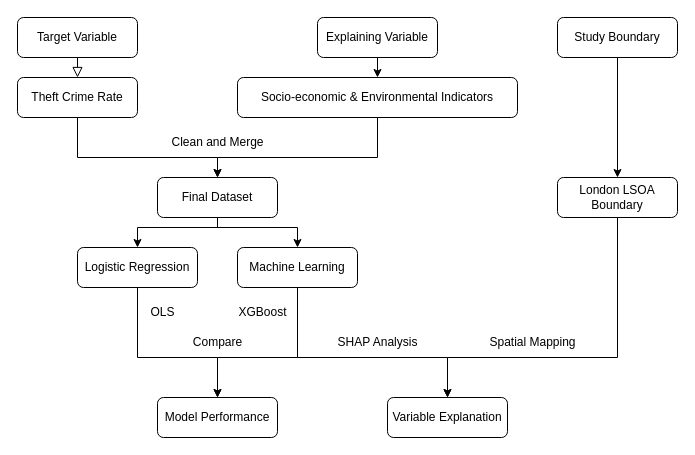
Before: flowmapdraft.drawio in meimao76/006assessment, a draw.io diagram. Source tidied: cells renumbered, new cells numbered last; positions are measured from the earlier drawing's top-left corner, leaving out a move shared by most shapes. Both pictures are drawn from the tidied source at 100%, with x=0, y=0 at pixel (17, 17).
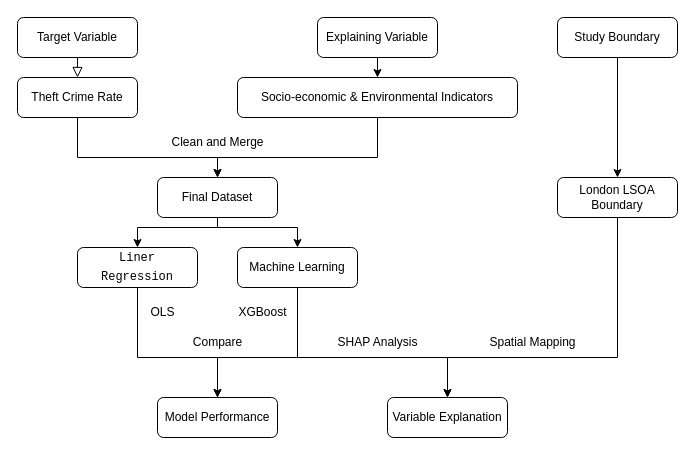
The same diagram, later.

The edit, as a diff of the source:
```diff
@@
-    <mxCell id="19" value="Logistic Regression" style="rounded=1;whiteSpace=wrap;html=1;" parent="1" vertex="1">
+    <mxCell id="19" value="&lt;div style=&quot;font-family: Consolas, &amp;quot;Courier New&amp;quot;, monospace; line-height: 19px; white-space: pre;&quot;&gt;&lt;font&gt;Liner&lt;/font&gt;&lt;/div&gt;&lt;div style=&quot;font-family: Consolas, &amp;quot;Courier New&amp;quot;, monospace; line-height: 19px; white-space: pre;&quot;&gt;&lt;span style=&quot;background-color: transparent; color: light-dark(rgb(0, 0, 0), rgb(255, 255, 255));&quot;&gt;Regression&lt;/span&gt;&lt;/div&gt;" style="rounded=1;whiteSpace=wrap;html=1;" parent="1" vertex="1">
       <mxGeometry x="60" y="230" width="120" height="40" as="geometry" />
     </mxCell>
```
